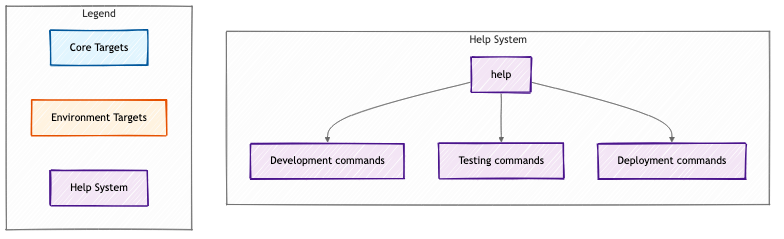
Above: images/chapter6b.png in InfraLore/make_for_devops (Mermaid), before the change. Its source is kept beside it as images/chapter6b.mmd. The source it was exported from:
```mermaid
---
config:
  look: handDrawn
  theme: neutral
---
flowchart TD
    classDef core fill:#e1f5fe,stroke:#01579b,stroke-width:2px,color:#000
    classDef env fill:#fff3e0,stroke:#e65100,stroke-width:2px,color:#000
    classDef help fill:#f3e5f5,stroke:#4a148c,stroke-width:2px,color:#000
    subgraph "Help System"
        direction TB
        H["help"]:::help
        HD["Development commands"]:::help
        HT["Testing commands"]:::help
        HDP["Deployment commands"]:::help

        H --> HD
        H --> HT
        H --> HDP
    end

    subgraph "Legend"
        direction LR
        L1["Core Targets"]:::core
        L2["Environment Targets"]:::env
        L3["Help System"]:::help
    end
```
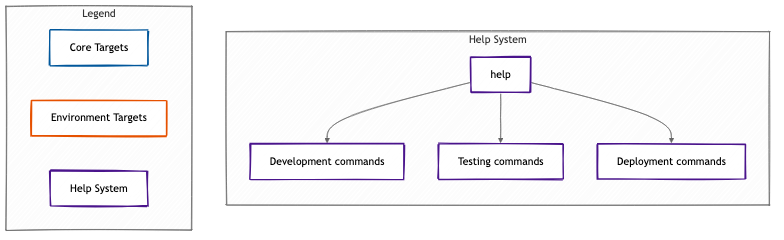
The same diagram one commit later.

Change to the diagram source:
```diff
@@ -4,9 +4,9 @@
   theme: neutral
 ---
 flowchart TD
-    classDef core fill:#e1f5fe,stroke:#01579b,stroke-width:2px,color:#000
-    classDef env fill:#fff3e0,stroke:#e65100,stroke-width:2px,color:#000
-    classDef help fill:#f3e5f5,stroke:#4a148c,stroke-width:2px,color:#000
+    classDef core fill:#fff,stroke:#01579b,stroke-width:2px,color:#000
+    classDef env fill:#fff,stroke:#e65100,stroke-width:2px,color:#000
+    classDef help fill:#fff,stroke:#4a148c,stroke-width:2px,color:#000
     subgraph "Help System"
         direction TB
         H["help"]:::help
```
